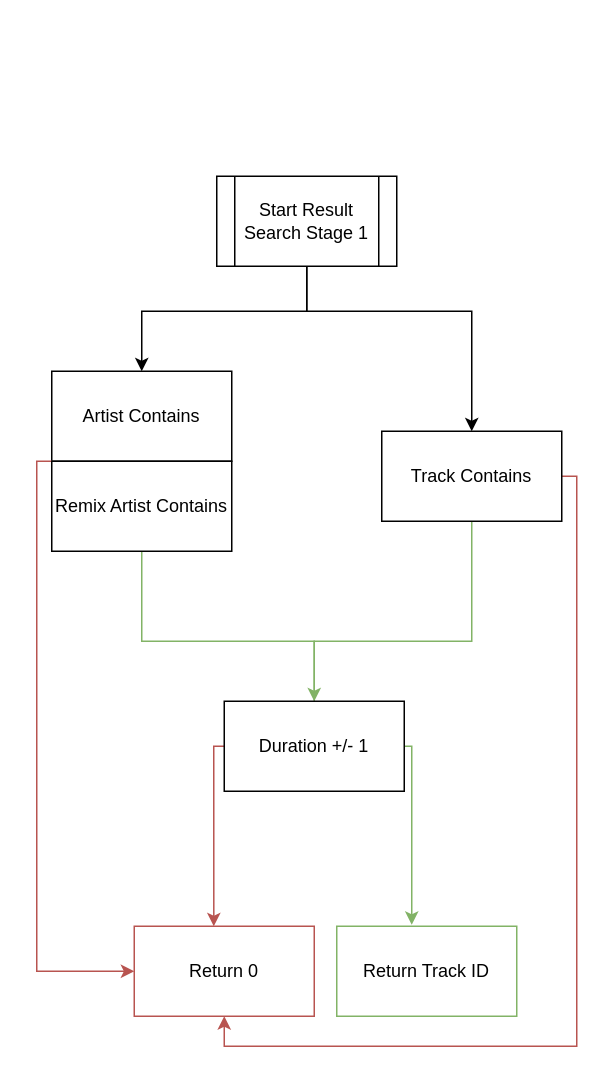
This is img/ResultSearch_1.drawio from BackInBash/DeezerSync, a draw.io file, before an edit. Source tidied: cells renumbered, new cells numbered last; positions are measured from the earlier drawing's top-left corner, leaving out a move shared by most shapes. Both pictures are drawn from the tidied source at 150%, with x=0, y=0 at pixel (36, 176).
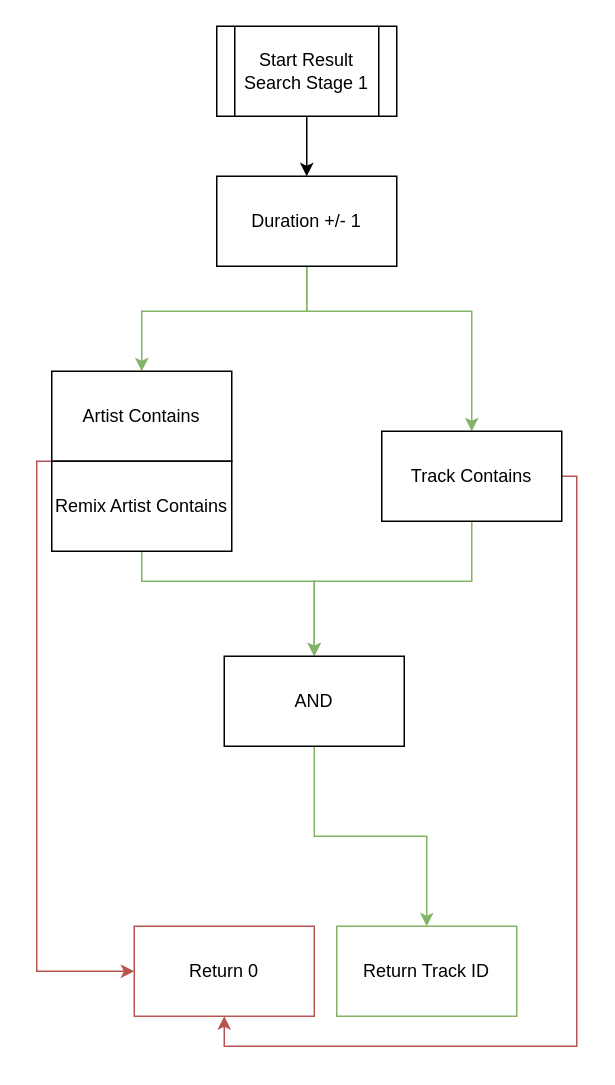
The same diagram, later.

The change refers to these unchanged cells:
```xml
<mxCell id="5" value="Artist Contains" style="rounded=0;whiteSpace=wrap;html=1;" parent="1" vertex="1">
  <mxGeometry x="10" y="130" width="120" height="60" as="geometry" />
</mxCell>
<mxCell id="8" value="Track Contains" style="rounded=0;whiteSpace=wrap;html=1;" parent="1" vertex="1">
  <mxGeometry x="230" y="170" width="120" height="60" as="geometry" />
</mxCell>
<mxCell id="11" value="Remix Artist Contains" style="rounded=0;whiteSpace=wrap;html=1;" parent="1" vertex="1">
  <mxGeometry x="10" y="190" width="120" height="60" as="geometry" />
</mxCell>
<mxCell id="15" value="Return Track ID" style="rounded=0;whiteSpace=wrap;html=1;fillColor=none;strokeColor=#82b366;" parent="1" vertex="1">
  <mxGeometry x="200" y="500" width="120" height="60" as="geometry" />
</mxCell>
<mxCell id="16" value="Return 0" style="rounded=0;whiteSpace=wrap;html=1;fillColor=none;strokeColor=#b85450;" parent="1" vertex="1">
  <mxGeometry x="65" y="500" width="120" height="60" as="geometry" />
</mxCell>
```

Diff of the diagram source:
```diff
@@
-    <mxCell id="2" style="edgeStyle=orthogonalEdgeStyle;rounded=0;jettySize=auto;html=1;entryX=0.5;entryY=0;entryDx=0;entryDy=0;endArrow=classic;endFill=1;" parent="1" edge="1" source="4" target="5">
+    <mxCell id="2" style="edgeStyle=orthogonalEdgeStyle;rounded=0;jettySize=auto;html=1;entryX=0.5;entryY=0;entryDx=0;entryDy=0;endArrow=classic;endFill=1;fillColor=#d5e8d4;strokeColor=#82b366;" parent="1" edge="1" target="5">
       <mxGeometry relative="1" as="geometry">
+        <mxPoint x="180" y="60" as="sourcePoint" />
         <Array as="points">
           <mxPoint x="180" y="90" />
           <mxPoint x="70" y="90" />
         </Array>
       </mxGeometry>
     </mxCell>
-    <mxCell id="3" style="edgeStyle=orthogonalEdgeStyle;rounded=0;jettySize=auto;html=1;entryX=0.5;entryY=0;entryDx=0;entryDy=0;endArrow=classic;endFill=1;" parent="1" edge="1" source="4" target="8">
+    <mxCell id="3" style="edgeStyle=orthogonalEdgeStyle;rounded=0;jettySize=auto;html=1;entryX=0.5;entryY=0;entryDx=0;entryDy=0;endArrow=classic;endFill=1;fillColor=#d5e8d4;strokeColor=#82b366;" parent="1" edge="1" target="8">
       <mxGeometry relative="1" as="geometry">
+        <mxPoint x="180" y="60" as="sourcePoint" />
         <Array as="points">
           <mxPoint x="180" y="90" />
           <mxPoint x="290" y="90" />
         </Array>
       </mxGeometry>
     </mxCell>
+    <mxCell id="17" style="edgeStyle=orthogonalEdgeStyle;rounded=0;jettySize=auto;html=1;entryX=0.5;entryY=0;entryDx=0;entryDy=0;" parent="1" edge="1" source="4" target="14">
+      <mxGeometry relative="1" as="geometry" />
+    </mxCell>
     <mxCell id="4" value="Start Result Search Stage 1" style="shape=process;whiteSpace=wrap;html=1;backgroundOutline=1;" parent="1" vertex="1">
-      <mxGeometry x="120" width="120" height="60" as="geometry" />
+      <mxGeometry x="120" y="-100" width="120" height="60" as="geometry" />
     </mxCell>
@@
-    <mxCell id="6" style="edgeStyle=orthogonalEdgeStyle;rounded=0;jettySize=auto;html=1;entryX=0.5;entryY=0;entryDx=0;entryDy=0;endArrow=classic;endFill=1;fillColor=#d5e8d4;strokeColor=#82b366;" parent="1" edge="1" source="8" target="14">
-      <mxGeometry relative="1" as="geometry">
-        <Array as="points">
-          <mxPoint x="290" y="310" />
-          <mxPoint x="185" y="310" />
-        </Array>
-      </mxGeometry>
-    </mxCell>
@@
+    <mxCell id="18" style="edgeStyle=orthogonalEdgeStyle;rounded=0;jettySize=auto;html=1;fillColor=#d5e8d4;strokeColor=#82b366;" parent="1" edge="1" source="8" target="21">
+      <mxGeometry relative="1" as="geometry">
+        <Array as="points">
+          <mxPoint x="290" y="270" />
+          <mxPoint x="185" y="270" />
+        </Array>
+      </mxGeometry>
+    </mxCell>
@@
-    <mxCell id="9" style="edgeStyle=orthogonalEdgeStyle;rounded=0;jettySize=auto;html=1;entryX=0.5;entryY=0;entryDx=0;entryDy=0;endArrow=none;endFill=0;fillColor=#d5e8d4;strokeColor=#82b366;" parent="1" edge="1" source="11" target="14">
-      <mxGeometry relative="1" as="geometry">
-        <Array as="points">
-          <mxPoint x="70" y="310" />
-          <mxPoint x="185" y="310" />
-        </Array>
-      </mxGeometry>
-    </mxCell>
@@
+    <mxCell id="19" style="edgeStyle=orthogonalEdgeStyle;rounded=0;jettySize=auto;html=1;entryX=0.5;entryY=0;entryDx=0;entryDy=0;fillColor=#d5e8d4;strokeColor=#82b366;" parent="1" edge="1" source="11" target="21">
+      <mxGeometry relative="1" as="geometry">
+        <Array as="points">
+          <mxPoint x="70" y="270" />
+          <mxPoint x="185" y="270" />
+        </Array>
+      </mxGeometry>
+    </mxCell>
@@
-    <mxCell id="12" style="edgeStyle=orthogonalEdgeStyle;rounded=0;jettySize=auto;html=1;endArrow=classic;endFill=1;fillColor=#d5e8d4;strokeColor=#82b366;" parent="1" edge="1" source="14">
-      <mxGeometry relative="1" as="geometry">
-        <mxPoint x="250" y="499" as="targetPoint" />
-        <Array as="points">
-          <mxPoint x="250" y="380" />
-          <mxPoint x="250" y="500" />
-        </Array>
-      </mxGeometry>
-    </mxCell>
-    <mxCell id="13" style="edgeStyle=orthogonalEdgeStyle;rounded=0;jettySize=auto;html=1;entryX=0.442;entryY=0;entryDx=0;entryDy=0;entryPerimeter=0;endArrow=classic;endFill=1;fillColor=#f8cecc;strokeColor=#b85450;" parent="1" edge="1" source="14" target="16">
-      <mxGeometry relative="1" as="geometry">
-        <Array as="points">
-          <mxPoint x="118" y="380" />
-        </Array>
-      </mxGeometry>
-    </mxCell>
     <mxCell id="14" value="Duration +/- 1" style="rounded=0;whiteSpace=wrap;html=1;" parent="1" vertex="1">
-      <mxGeometry x="125" y="350" width="120" height="60" as="geometry" />
+      <mxGeometry x="120" width="120" height="60" as="geometry" />
     </mxCell>
@@
+    <mxCell id="20" style="edgeStyle=orthogonalEdgeStyle;rounded=0;jettySize=auto;html=1;entryX=0.5;entryY=0;entryDx=0;entryDy=0;fillColor=#d5e8d4;strokeColor=#82b366;" parent="1" edge="1" source="21" target="15">
+      <mxGeometry relative="1" as="geometry" />
+    </mxCell>
+    <mxCell id="21" value="AND" style="rounded=0;whiteSpace=wrap;html=1;" parent="1" vertex="1">
+      <mxGeometry x="125" y="320" width="120" height="60" as="geometry" />
+    </mxCell>
```
